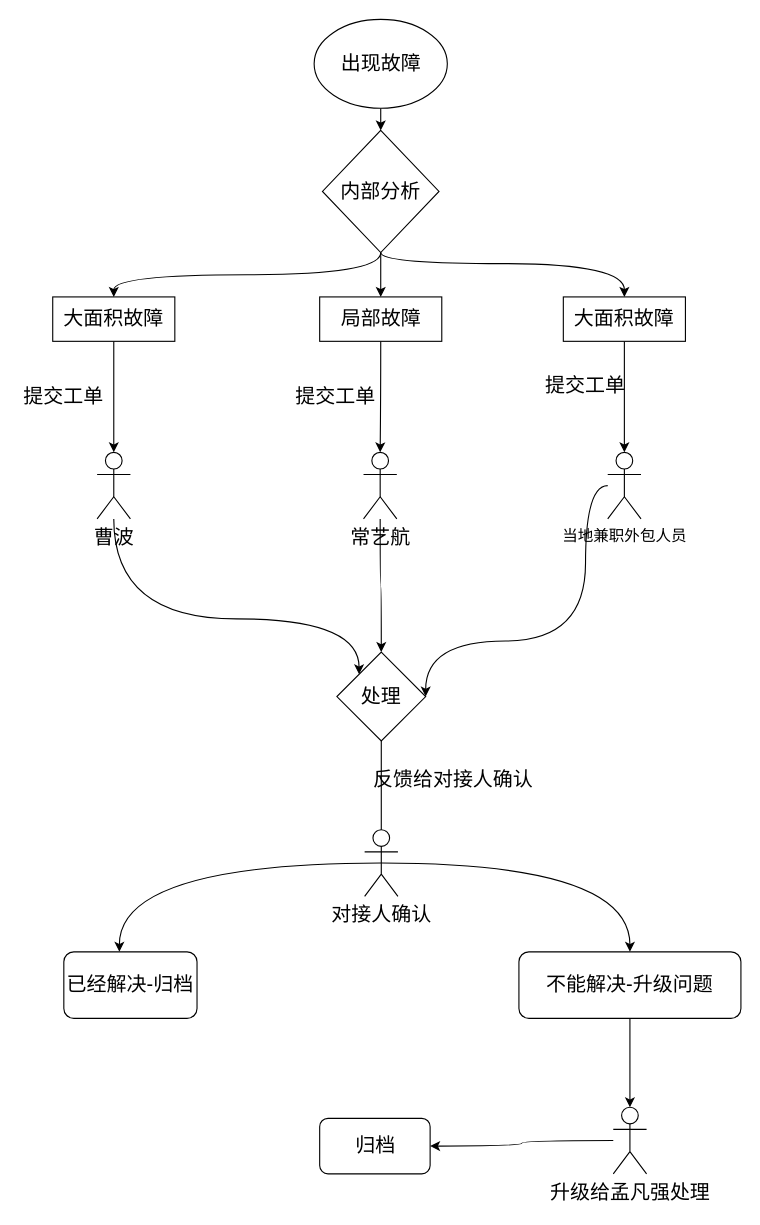
Above: 单小二/单小二规划.drawio in sjwayrhz/diagrams (draw.io), before the change. Source tidied: cells renumbered, new cells numbered last; positions are measured from the earlier drawing's top-left corner, leaving out a move shared by most shapes. Both pictures are drawn from the tidied source at 111%, with x=0, y=0 at pixel (19, 19).
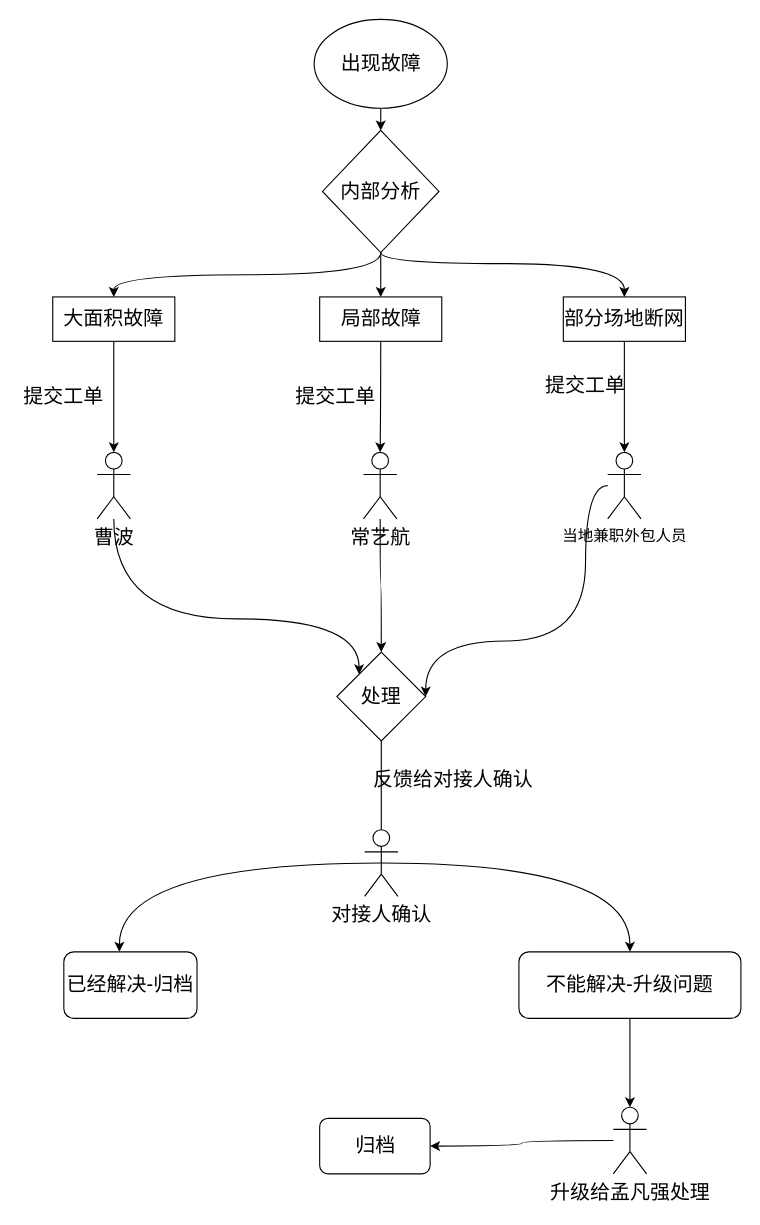
The same diagram, later.

Commit message (it also covers changes not shown here):
Update 单小二规划.drawio

Diff of the diagram source:
```diff
@@
-    <mxCell id="13" value="&lt;font style=&quot;font-size: 18px&quot;&gt;大面积故障&lt;br&gt;&lt;/font&gt;" style="rounded=0;whiteSpace=wrap;html=1;" parent="1" vertex="1">
+    <mxCell id="13" value="&lt;font style=&quot;font-size: 18px&quot;&gt;部分场地断网&lt;/font&gt;" style="rounded=0;whiteSpace=wrap;html=1;" parent="1" vertex="1">
       <mxGeometry x="490" y="250" width="110" height="40" as="geometry" />
     </mxCell>
```
